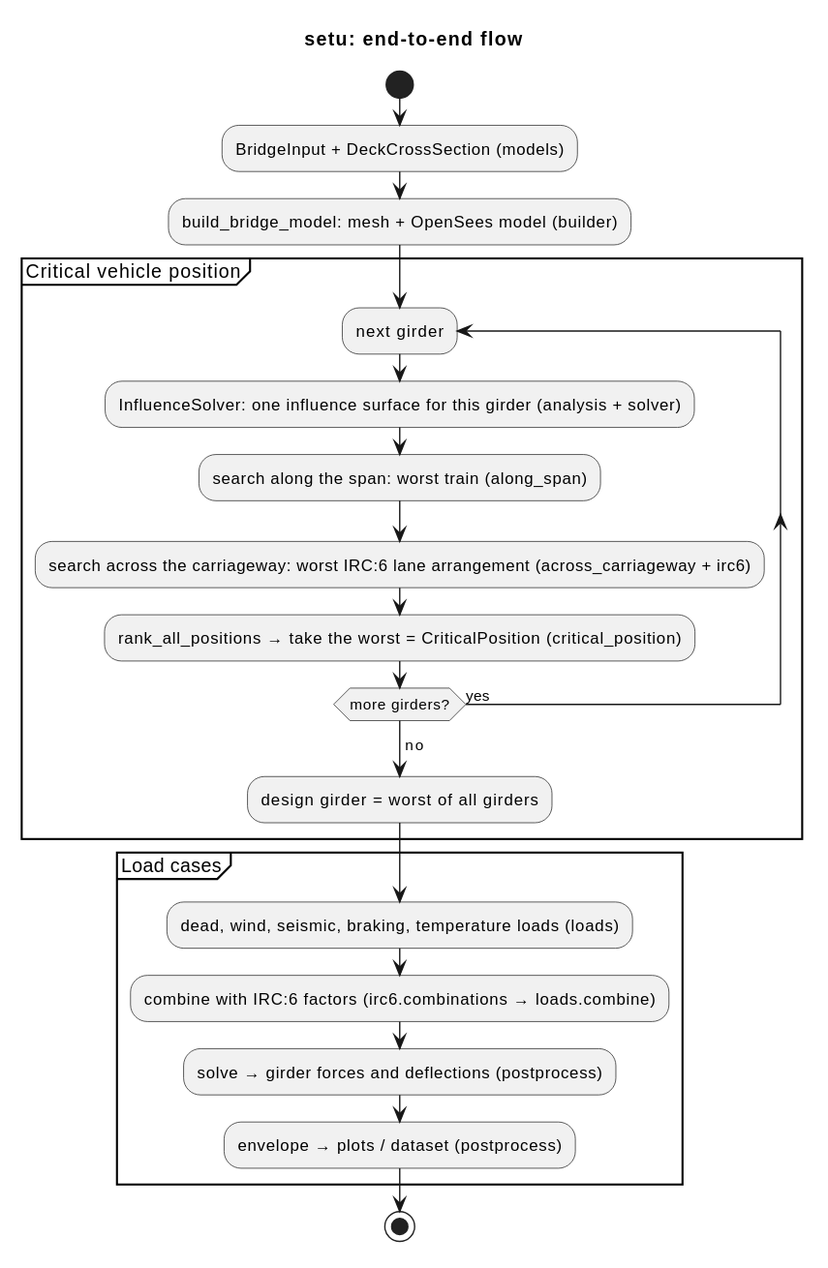
nishikantmandal007/setu keeps this PlantUML diagram as docs/flow.svg. Above is the earlier version.
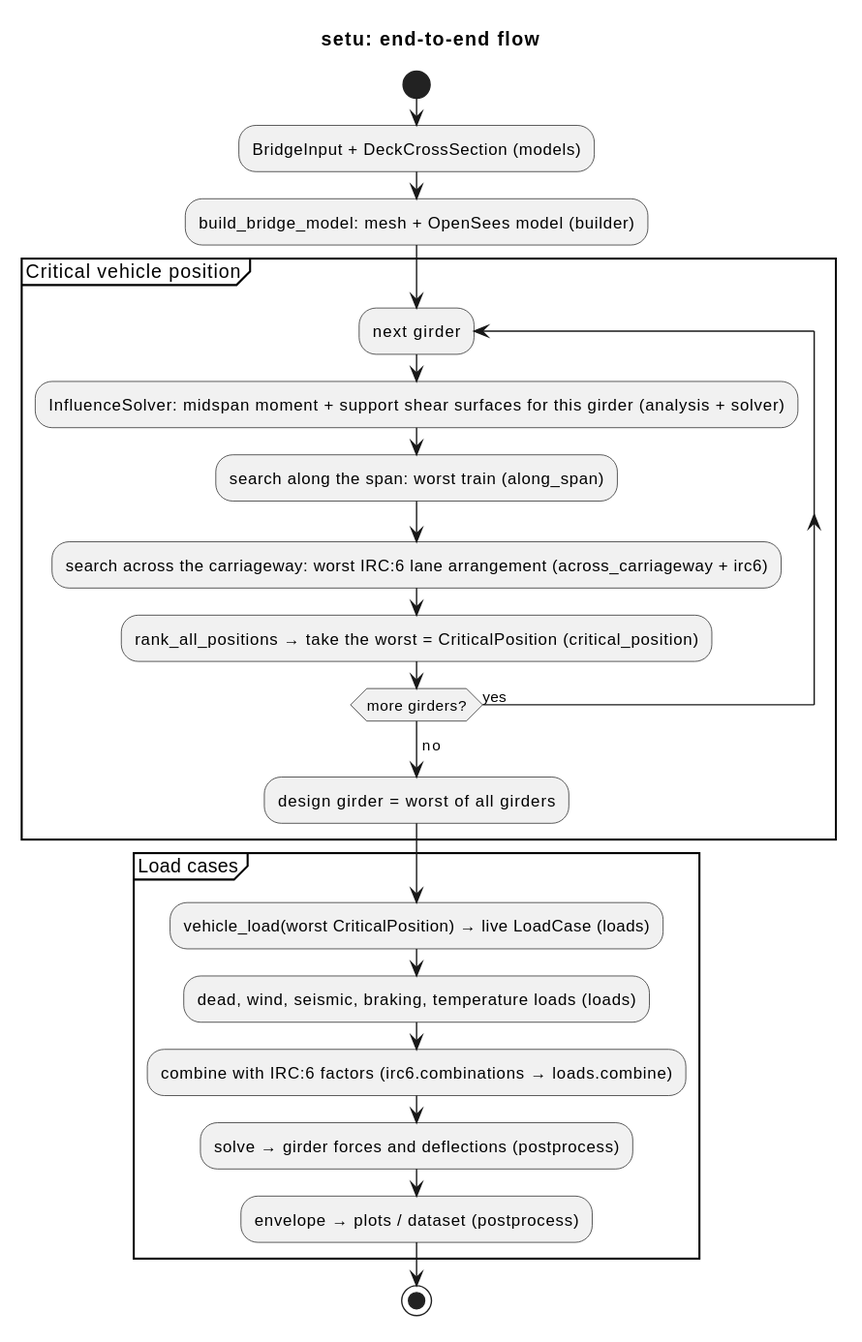
The same diagram one commit later.

Change to the diagram source:
```diff
@@ -7,7 +7,7 @@
 
 partition "Critical vehicle position" {
   repeat :next girder;
-    :InfluenceSolver: one influence surface for this girder (analysis + solver);
+    :InfluenceSolver: midspan moment + support shear surfaces for this girder (analysis + solver);
     :search along the span: worst train (along_span);
     :search across the carriageway: worst IRC:6 lane arrangement (across_carriageway + irc6);
     :rank_all_positions → take the worst = CriticalPosition (critical_position);
@@ -17,6 +17,7 @@
 }
 
 partition "Load cases" {
+  :vehicle_load(worst CriticalPosition) → live LoadCase (loads);
   :dead, wind, seismic, braking, temperature loads (loads);
   :combine with IRC:6 factors (irc6.combinations → loads.combine);
   :solve → girder forces and deflections (postprocess);
```
